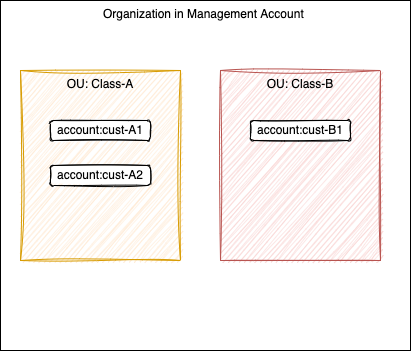
The draw.io diagram docs/diagrams/orgs-sandbox.drawio.png in jbcodeforce/aws-organization-play, before a commit. Source tidied: cells renumbered, new cells last; positions are measured from the earlier drawing's top-left corner, leaving out a move shared by most shapes.
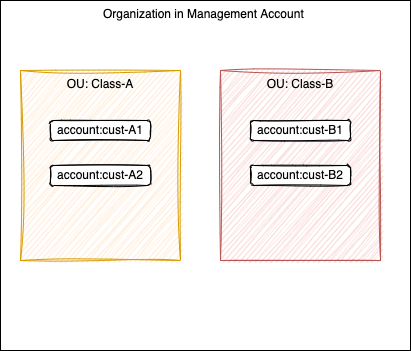
After the commit.

Commit message:
update on the challenge session

Change to the diagram source:
```diff
@@ -20,5 +20,8 @@
     <mxCell id="7" value="account:cust-B1" style="rounded=1;whiteSpace=wrap;html=1;sketch=1;" parent="1" vertex="1">
       <mxGeometry x="250" y="120" width="100" height="20" as="geometry" />
     </mxCell>
+    <mxCell id="8" value="account:cust-B2" style="rounded=1;whiteSpace=wrap;html=1;sketch=1;" parent="1" vertex="1">
+      <mxGeometry x="250" y="165" width="100" height="20" as="geometry" />
+    </mxCell>
   </root>
 </mxGraphModel>
```
